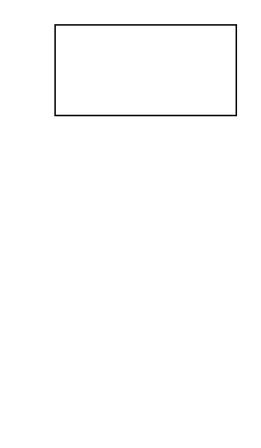
Earlier version of the draw.io diagram Untitled Diagram.drawio (huoyinghui/edraw). Source tidied: cells renumbered, new cells numbered last; positions are measured from the earlier drawing's top-left corner, leaving out a move shared by most shapes. Both pictures are drawn from the tidied source at 151%, with x=0, y=0 at pixel (54, 24).
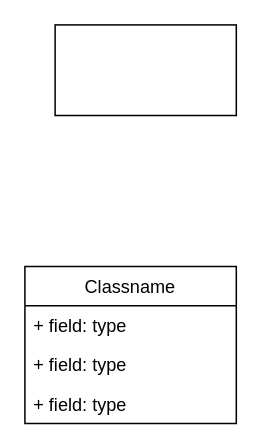
The same diagram, later.

Change to the diagram source:
```diff
@@
 <mxGraphModel>
   <root>
     <mxCell id="0" />
     <mxCell id="1" parent="0" />
     <mxCell id="2" style="rounded=0;whiteSpace=wrap;html=1;" parent="1" vertex="1">
       <mxGeometry width="120" height="60" as="geometry" />
     </mxCell>
+    <mxCell id="3" value="Classname" style="swimlane;fontStyle=0;horizontal=1;startSize=26;fillColor=none;" parent="1" vertex="1">
+      <mxGeometry x="-20" y="160" width="140" height="104" as="geometry" />
+    </mxCell>
+    <mxCell id="4" value="+ field: type" style="text;strokeColor=none;fillColor=none;align=left;verticalAlign=top;spacingLeft=4;spacingRight=4;overflow=hidden;" parent="3" vertex="1">
+      <mxGeometry y="26" width="140" height="26" as="geometry" />
+    </mxCell>
+    <mxCell id="5" value="+ field: type" style="text;strokeColor=none;fillColor=none;align=left;verticalAlign=top;spacingLeft=4;spacingRight=4;overflow=hidden;" parent="3" vertex="1">
+      <mxGeometry y="52" width="140" height="26" as="geometry" />
+    </mxCell>
+    <mxCell id="6" value="+ field: type" style="text;strokeColor=none;fillColor=none;align=left;verticalAlign=top;spacingLeft=4;spacingRight=4;overflow=hidden;" parent="3" vertex="1">
+      <mxGeometry y="78" width="140" height="26" as="geometry" />
+    </mxCell>
   </root>
 </mxGraphModel>
```
